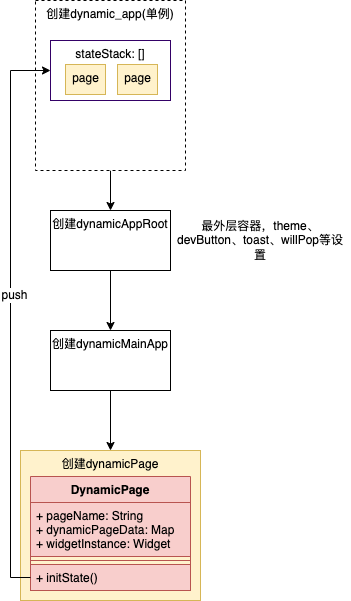
Before: flutter/thresh engine 单例.png, a diagram exported from draw.io (JD-Tang/flutter_uml). Source tidied: cells renumbered, new cells last; positions are measured from the earlier drawing's top-left corner, leaving out a move shared by most shapes.
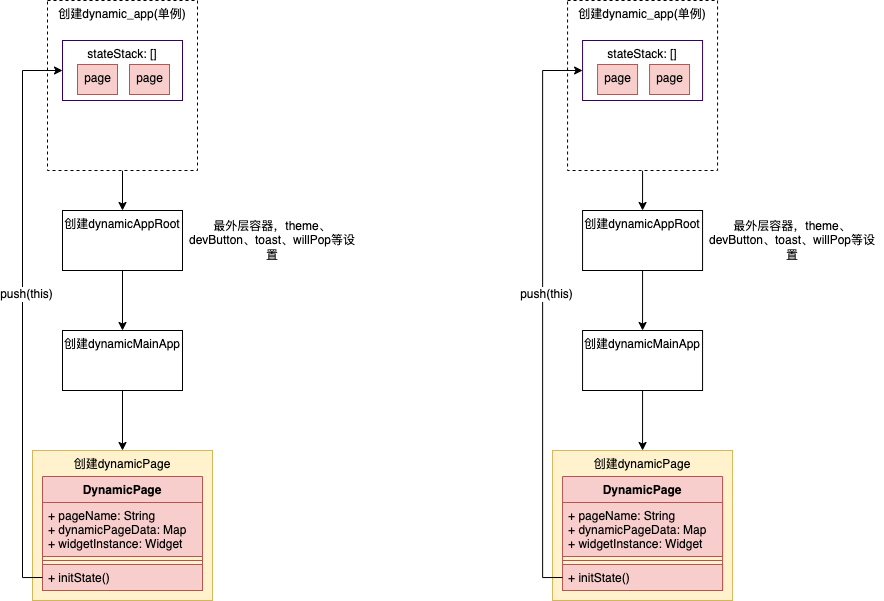
After the change.

What changed in the source:
```diff
@@ -44,14 +44,65 @@
     <mxCell id="15" style="edgeStyle=orthogonalEdgeStyle;rounded=0;jettySize=auto;html=1;exitX=0;exitY=0.5;exitDx=0;exitDy=0;entryX=0;entryY=0.5;entryDx=0;entryDy=0;" parent="1" edge="1" source="14" target="9">
       <mxGeometry relative="1" as="geometry" />
     </mxCell>
-    <mxCell id="16" value="push" style="edgeLabel;html=1;align=center;verticalAlign=middle;" parent="15" vertex="1">
+    <mxCell id="16" value="push(this)" style="edgeLabel;html=1;align=center;verticalAlign=middle;" parent="15" vertex="1">
       <mxGeometry x="0.07" y="-3" relative="1" as="geometry" />
     </mxCell>
-    <mxCell id="17" value="page" style="html=1;strokeColor=#d6b656;verticalAlign=top;fillColor=#fff2cc;" parent="1" vertex="1">
+    <mxCell id="17" value="page" style="html=1;strokeColor=#b85450;verticalAlign=top;fillColor=#f8cecc;" parent="1" vertex="1">
       <mxGeometry x="45" y="64" width="40" height="30" as="geometry" />
     </mxCell>
-    <mxCell id="18" value="page" style="html=1;strokeColor=#d6b656;verticalAlign=top;fillColor=#fff2cc;" parent="1" vertex="1">
+    <mxCell id="18" value="page" style="html=1;strokeColor=#b85450;verticalAlign=top;fillColor=#f8cecc;" parent="1" vertex="1">
       <mxGeometry x="97" y="64" width="40" height="30" as="geometry" />
     </mxCell>
+    <mxCell id="19" style="edgeStyle=orthogonalEdgeStyle;rounded=0;jettySize=auto;html=1;" parent="1" edge="1" source="20" target="22">
+      <mxGeometry relative="1" as="geometry" />
+    </mxCell>
+    <mxCell id="20" value="创建dynamic_app(单例)" style="rounded=0;whiteSpace=wrap;html=1;labelPosition=center;verticalLabelPosition=middle;align=center;verticalAlign=top;dashed=1;" parent="1" vertex="1">
+      <mxGeometry x="535.1" width="150" height="170" as="geometry" />
+    </mxCell>
+    <mxCell id="21" style="edgeStyle=orthogonalEdgeStyle;rounded=0;jettySize=auto;html=1;" parent="1" edge="1" source="22" target="25">
+      <mxGeometry relative="1" as="geometry" />
+    </mxCell>
+    <mxCell id="22" value="创建dynamicAppRoot" style="whiteSpace=wrap;html=1;rounded=0;verticalAlign=top;" parent="1" vertex="1">
+      <mxGeometry x="550.1" y="210" width="120" height="60" as="geometry" />
+    </mxCell>
+    <mxCell id="23" value="最外层容器，theme、devButton、toast、willPop等设置" style="text;html=1;strokeColor=none;fillColor=none;align=center;verticalAlign=middle;whiteSpace=wrap;rounded=0;" parent="1" vertex="1">
+      <mxGeometry x="670.1" y="212.5" width="180" height="55" as="geometry" />
+    </mxCell>
+    <mxCell id="24" style="edgeStyle=orthogonalEdgeStyle;rounded=0;jettySize=auto;html=1;" parent="1" edge="1" source="25" target="27">
+      <mxGeometry relative="1" as="geometry" />
+    </mxCell>
+    <mxCell id="25" value="创建dynamicMainApp" style="whiteSpace=wrap;html=1;rounded=0;verticalAlign=top;" parent="1" vertex="1">
+      <mxGeometry x="550.1" y="330" width="120" height="60" as="geometry" />
+    </mxCell>
+    <mxCell id="26" value="stateStack: []" style="rounded=0;whiteSpace=wrap;html=1;strokeColor=#330066;verticalAlign=top;" parent="1" vertex="1">
+      <mxGeometry x="550.1" y="40" width="120" height="60" as="geometry" />
+    </mxCell>
+    <mxCell id="27" value="创建dynamicPage" style="whiteSpace=wrap;html=1;rounded=0;verticalAlign=top;fillColor=#fff2cc;strokeColor=#d6b656;" parent="1" vertex="1">
+      <mxGeometry x="520.1" y="450" width="180" height="150" as="geometry" />
+    </mxCell>
+    <mxCell id="28" value="DynamicPage" style="swimlane;fontStyle=1;align=center;verticalAlign=top;horizontal=1;startSize=26;strokeColor=#b85450;fillColor=#f8cecc;" parent="1" vertex="1">
+      <mxGeometry x="530.1" y="476" width="160" height="114" as="geometry" />
+    </mxCell>
+    <mxCell id="29" value="+ pageName: String&#10;+ dynamicPageData: Map&#10;+ widgetInstance: Widget" style="text;strokeColor=#b85450;fillColor=#f8cecc;align=left;verticalAlign=top;spacingLeft=4;spacingRight=4;overflow=hidden;" parent="28" vertex="1">
+      <mxGeometry y="26" width="160" height="54" as="geometry" />
+    </mxCell>
+    <mxCell id="30" style="line;strokeWidth=1;fillColor=#f8cecc;align=left;verticalAlign=middle;spacingTop=-1;spacingLeft=3;spacingRight=3;labelPosition=right;strokeColor=#b85450;" parent="28" vertex="1">
+      <mxGeometry y="80" width="160" height="8" as="geometry" />
+    </mxCell>
+    <mxCell id="31" value="+ initState()" style="text;strokeColor=#b85450;fillColor=#f8cecc;align=left;verticalAlign=top;spacingLeft=4;spacingRight=4;overflow=hidden;points=[[0,0.5],[1,0.5]];portConstraint=eastwest;" parent="28" vertex="1">
+      <mxGeometry y="88" width="160" height="26" as="geometry" />
+    </mxCell>
+    <mxCell id="32" style="edgeStyle=orthogonalEdgeStyle;rounded=0;jettySize=auto;html=1;exitX=0;exitY=0.5;exitDx=0;exitDy=0;entryX=0;entryY=0.5;entryDx=0;entryDy=0;" parent="1" edge="1" source="31" target="26">
+      <mxGeometry relative="1" as="geometry" />
+    </mxCell>
+    <mxCell id="33" value="push(this)" style="edgeLabel;html=1;align=center;verticalAlign=middle;" parent="32" vertex="1">
+      <mxGeometry x="0.07" y="-3" relative="1" as="geometry" />
+    </mxCell>
+    <mxCell id="34" value="page" style="html=1;strokeColor=#b85450;verticalAlign=top;fillColor=#f8cecc;" parent="1" vertex="1">
+      <mxGeometry x="565.1" y="64" width="40" height="30" as="geometry" />
+    </mxCell>
+    <mxCell id="35" value="page" style="html=1;strokeColor=#b85450;verticalAlign=top;fillColor=#f8cecc;" parent="1" vertex="1">
+      <mxGeometry x="617.1" y="64" width="40" height="30" as="geometry" />
+    </mxCell>
   </root>
 </mxGraphModel>
```
